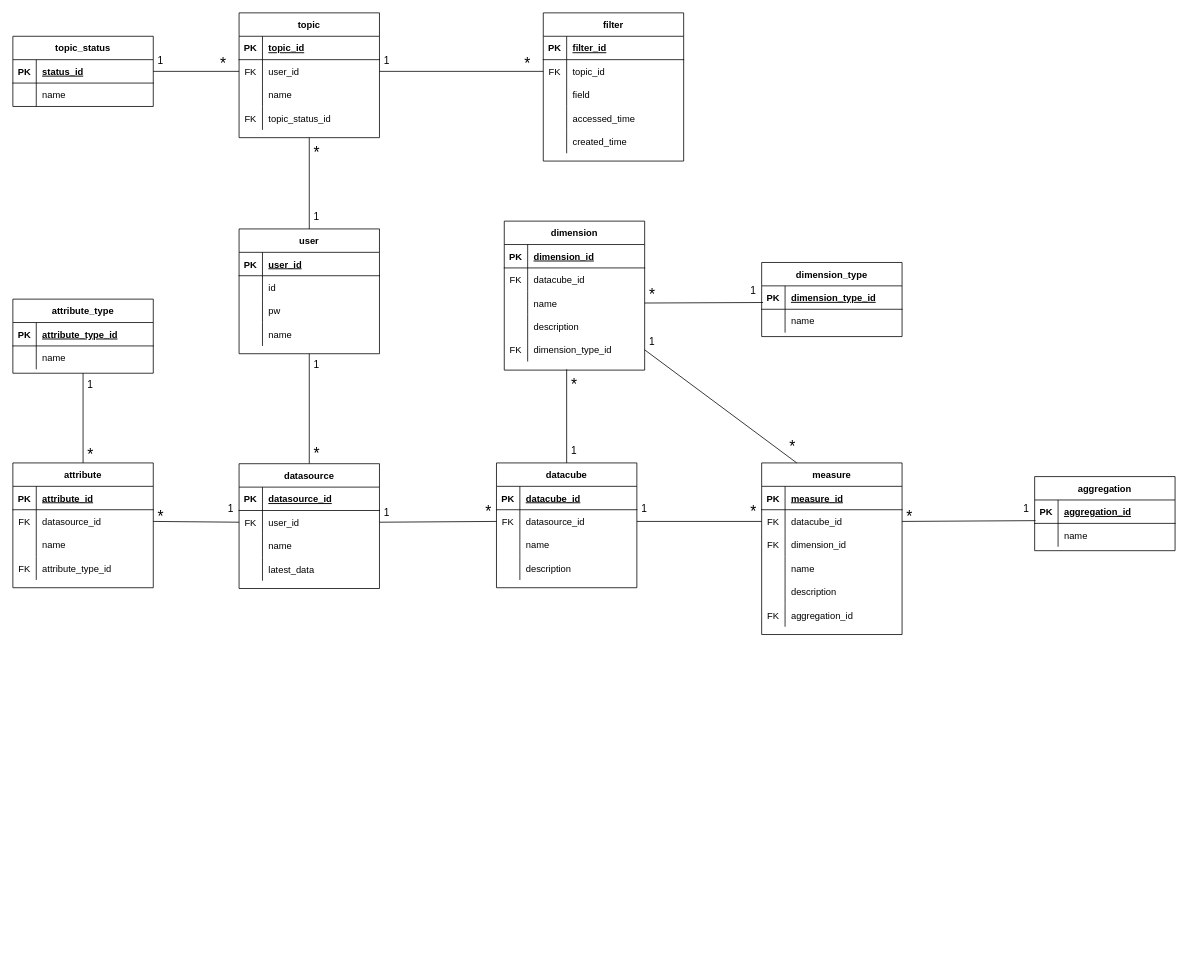
Before: fraud_detection/Untitled Diagram.drawio in Gummybearr/KTfiles, a draw.io diagram. Source tidied: cells renumbered, new cells numbered last; positions are measured from the earlier drawing's top-left corner, leaving out a move shared by most shapes. Both pictures are drawn from the tidied source at 78%, with x=0, y=0 at pixel (12, 12).
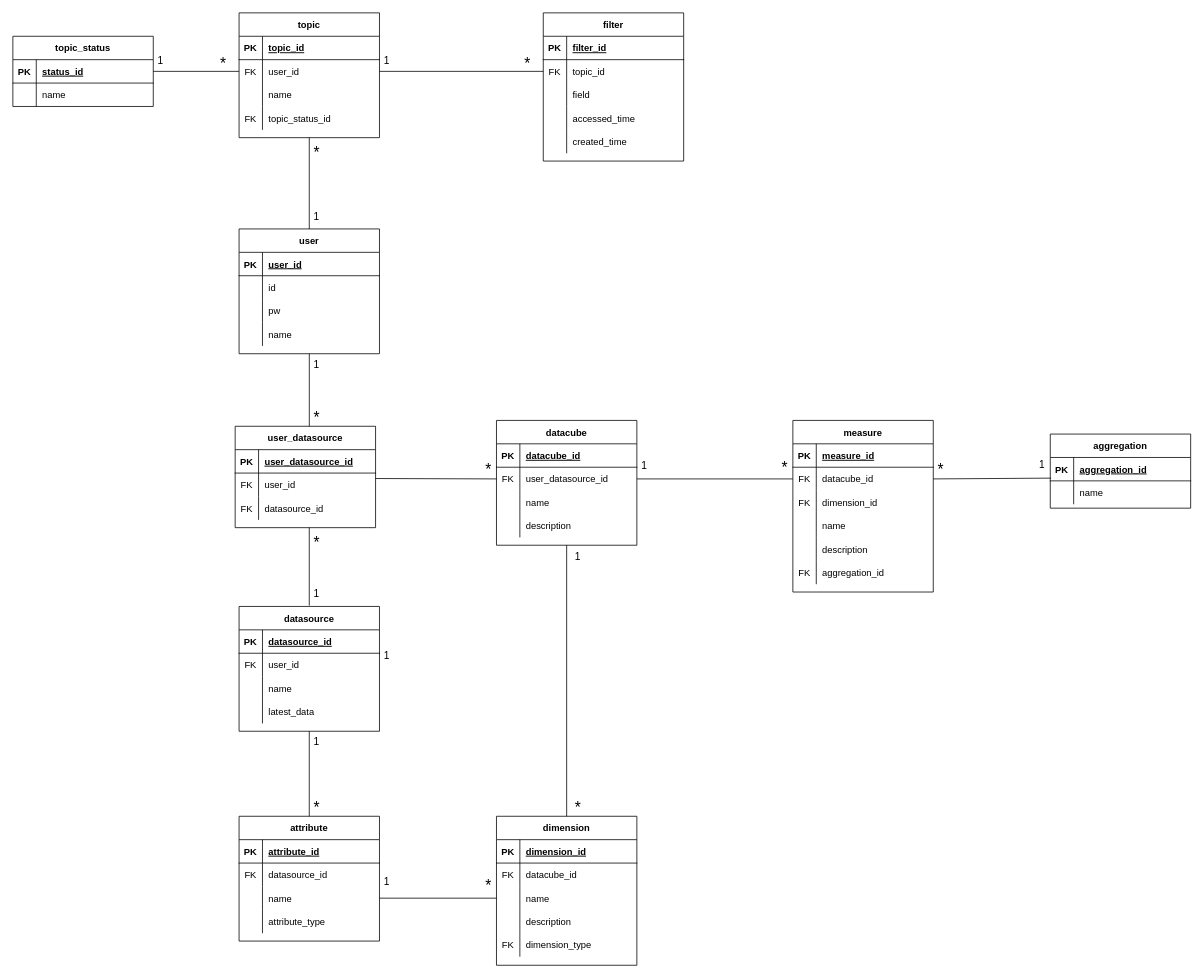
The same page after the edit.

Unchanged cells that the change refers to:
```xml
<mxCell id="2" value="user" style="shape=table;startSize=30;childLayout=tableLayout;rowLines=0;fontStyle=1;align=center;" parent="1" vertex="1">
  <mxGeometry x="290" y="277" width="180" height="160" as="geometry" />
</mxCell>
<mxCell id="59" style="shape=partialRectangle;fillColor=none;top=0;left=0;bottom=0;right=0;points=[[0,0.5],[1,0.5]];portConstraint=eastwest;" parent="55" vertex="1">
  <mxGeometry y="60" width="180" height="30" as="geometry" />
</mxCell>
<mxCell id="72" style="shape=partialRectangle;fillColor=none;top=0;left=0;bottom=0;right=0;points=[[0,0.5],[1,0.5]];portConstraint=eastwest;" parent="68" vertex="1">
  <mxGeometry y="60" width="180" height="30" as="geometry" />
</mxCell>
<mxCell id="85" style="shape=partialRectangle;fillColor=none;top=0;left=0;bottom=0;right=0;points=[[0,0.5],[1,0.5]];portConstraint=eastwest;" parent="81" vertex="1">
  <mxGeometry y="60" width="180" height="30" as="geometry" />
</mxCell>
<mxCell id="88" style="shape=partialRectangle;fillColor=none;top=0;left=0;bottom=0;right=0;points=[[0,0.5],[1,0.5]];portConstraint=eastwest;" parent="81" vertex="1">
  <mxGeometry y="90" width="180" height="30" as="geometry" />
</mxCell>
<mxCell id="91" style="shape=partialRectangle;fillColor=none;top=0;left=0;bottom=0;right=0;" parent="81" vertex="1">
  <mxGeometry y="120" width="180" height="30" as="geometry" />
</mxCell>
<mxCell id="111" style="shape=partialRectangle;fillColor=none;top=0;left=0;bottom=0;right=0;points=[[0,0.5],[1,0.5]];portConstraint=eastwest;" parent="104" vertex="1">
  <mxGeometry y="90" width="180" height="30" as="geometry" />
</mxCell>
<mxCell id="117" style="shape=partialRectangle;fillColor=none;top=0;left=0;bottom=0;right=0;points=[[0,0.5],[1,0.5]];portConstraint=eastwest;" parent="104" vertex="1">
  <mxGeometry y="150" width="180" height="30" as="geometry" />
</mxCell>
```

Diff of the diagram source:
```diff
@@
+    <mxCell id="182" style="edgeStyle=orthogonalEdgeStyle;rounded=0;jettySize=auto;html=1;entryX=0.528;entryY=0.077;entryDx=0;entryDy=0;entryPerimeter=0;" parent="1" edge="1" source="2" target="183">
+      <mxGeometry relative="1" as="geometry" />
+    </mxCell>
@@
-    <mxCell id="54" style="endArrow=none;html=1;rounded=0;entryX=0.5;entryY=0;entryDx=0;entryDy=0;exitX=0.5;exitY=1;exitDx=0;exitDy=0;" parent="1" edge="1" source="2" target="55">
-      <mxGeometry relative="1" as="geometry" />
-    </mxCell>
     <mxCell id="55" value="datasource" style="shape=table;startSize=30;childLayout=tableLayout;rowLines=0;fontStyle=1;align=center;" parent="1" vertex="1">
-      <mxGeometry x="290" y="578" width="180" height="160" as="geometry" />
+      <mxGeometry x="290" y="761" width="180" height="160" as="geometry" />
     </mxCell>
@@
     <mxCell id="68" value="datacube" style="shape=table;startSize=30;childLayout=tableLayout;rowLines=0;fontStyle=1;align=center;" parent="1" vertex="1">
-      <mxGeometry x="620" y="577" width="180" height="160" as="geometry" />
+      <mxGeometry x="620" y="522.5" width="180" height="160" as="geometry" />
     </mxCell>
@@
-    <mxCell id="74" value="datasource_id" style="shape=partialRectangle;fillColor=none;top=0;left=0;bottom=0;right=0;align=left;spacingLeft=6;overflow=hidden;" parent="72" vertex="1">
+    <mxCell id="74" value="user_datasource_id" style="shape=partialRectangle;fillColor=none;top=0;left=0;bottom=0;right=0;align=left;spacingLeft=6;overflow=hidden;" parent="72" vertex="1">
       <mxGeometry x="30" width="150" height="30" as="geometry" />
     </mxCell>
@@
     <mxCell id="81" value="attribute" style="shape=table;startSize=30;childLayout=tableLayout;rowLines=0;fontStyle=1;align=center;" parent="1" vertex="1">
-      <mxGeometry y="577" width="180" height="160" as="geometry" />
+      <mxGeometry x="290" y="1030" width="180" height="160" as="geometry" />
     </mxCell>
@@
-    <mxCell id="92" value="FK" style="shape=partialRectangle;fillColor=none;top=0;left=0;bottom=0;right=0;overflow=hidden;" parent="91" vertex="1">
+    <mxCell id="92" style="shape=partialRectangle;fillColor=none;top=0;left=0;bottom=0;right=0;overflow=hidden;" parent="91" vertex="1">
       <mxGeometry width="30" height="30" as="geometry" />
     </mxCell>
-    <mxCell id="93" value="attribute_type_id" style="shape=partialRectangle;fillColor=none;top=0;left=0;bottom=0;right=0;align=left;spacingLeft=6;overflow=hidden;" parent="91" vertex="1">
+    <mxCell id="93" value="attribute_type" style="shape=partialRectangle;fillColor=none;top=0;left=0;bottom=0;right=0;align=left;spacingLeft=6;overflow=hidden;" parent="91" vertex="1">
       <mxGeometry x="30" width="150" height="30" as="geometry" />
     </mxCell>
-    <mxCell id="94" style="endArrow=none;html=1;rounded=0;entryX=1;entryY=0.5;entryDx=0;entryDy=0;exitX=0;exitY=0.5;exitDx=0;exitDy=0;" parent="1" edge="1" source="59" target="85">
-      <mxGeometry relative="1" as="geometry" />
-    </mxCell>
-    <mxCell id="95" value="attribute_type" style="shape=table;startSize=30;childLayout=tableLayout;rowLines=0;fontStyle=1;align=center;" parent="1" vertex="1">
-      <mxGeometry y="367" width="180" height="95" as="geometry" />
-    </mxCell>
-    <mxCell id="96" style="shape=partialRectangle;fillColor=none;top=0;left=0;bottom=1;right=0;" parent="95" vertex="1">
-      <mxGeometry y="30" width="180" height="30" as="geometry" />
-    </mxCell>
-    <mxCell id="97" value="PK" style="shape=partialRectangle;fillColor=none;top=0;left=0;bottom=0;right=0;fontStyle=1;overflow=hidden;" parent="96" vertex="1">
-      <mxGeometry width="30" height="30" as="geometry" />
-    </mxCell>
-    <mxCell id="98" value="attribute_type_id" style="shape=partialRectangle;fillColor=none;top=0;left=0;bottom=0;right=0;align=left;spacingLeft=6;fontStyle=5;overflow=hidden;" parent="96" vertex="1">
-      <mxGeometry x="30" width="150" height="30" as="geometry" />
-    </mxCell>
-    <mxCell id="99" style="shape=partialRectangle;fillColor=none;top=0;left=0;bottom=0;right=0;" parent="95" vertex="1">
-      <mxGeometry y="60" width="180" height="30" as="geometry" />
-    </mxCell>
-    <mxCell id="100" style="shape=partialRectangle;fillColor=none;top=0;left=0;bottom=0;right=0;overflow=hidden;" parent="99" vertex="1">
-      <mxGeometry width="30" height="30" as="geometry" />
-    </mxCell>
-    <mxCell id="101" value="name" style="shape=partialRectangle;fillColor=none;top=0;left=0;bottom=0;right=0;align=left;spacingLeft=6;overflow=hidden;" parent="99" vertex="1">
-      <mxGeometry x="30" width="150" height="30" as="geometry" />
-    </mxCell>
-    <mxCell id="102" style="endArrow=none;html=1;rounded=0;entryX=0.5;entryY=0;entryDx=0;entryDy=0;exitX=0.5;exitY=1;exitDx=0;exitDy=0;" parent="1" edge="1" source="95" target="81">
-      <mxGeometry relative="1" as="geometry" />
-    </mxCell>
-    <mxCell id="103" style="endArrow=none;html=1;rounded=0;entryX=1;entryY=0.5;entryDx=0;entryDy=0;exitX=0;exitY=0.5;exitDx=0;exitDy=0;" parent="1" edge="1" source="72" target="59">
+    <mxCell id="103" style="endArrow=none;html=1;rounded=0;entryX=1;entryY=0.233;entryDx=0;entryDy=0;exitX=0;exitY=0.5;exitDx=0;exitDy=0;entryPerimeter=0;" parent="1" edge="1" source="72" target="187">
       <mxGeometry relative="1" as="geometry" />
     </mxCell>
     <mxCell id="104" value="dimension" style="shape=table;startSize=30;childLayout=tableLayout;rowLines=0;fontStyle=1;align=center;" parent="1" vertex="1">
-      <mxGeometry x="630" y="267" width="180" height="191" as="geometry" />
+      <mxGeometry x="620" y="1030" width="180" height="191" as="geometry" />
     </mxCell>
@@
-    <mxCell id="119" value="dimension_type_id" style="shape=partialRectangle;fillColor=none;top=0;left=0;bottom=0;right=0;align=left;spacingLeft=6;overflow=hidden;" parent="117" vertex="1">
+    <mxCell id="119" value="dimension_type" style="shape=partialRectangle;fillColor=none;top=0;left=0;bottom=0;right=0;align=left;spacingLeft=6;overflow=hidden;" parent="117" vertex="1">
       <mxGeometry x="30" width="150" height="30" as="geometry" />
     </mxCell>
-    <mxCell id="120" style="endArrow=none;html=1;rounded=0;entryX=0.5;entryY=0;entryDx=0;entryDy=0;" parent="1" edge="1" target="68">
-      <mxGeometry relative="1" as="geometry">
-        <mxPoint x="710" y="457" as="sourcePoint" />
-      </mxGeometry>
-    </mxCell>
-    <mxCell id="121" value="dimension_type" style="shape=table;startSize=30;childLayout=tableLayout;rowLines=0;fontStyle=1;align=center;" parent="1" vertex="1">
-      <mxGeometry x="960" y="320" width="180" height="95" as="geometry" />
-    </mxCell>
-    <mxCell id="122" style="shape=partialRectangle;fillColor=none;top=0;left=0;bottom=1;right=0;points=[[0,0.5],[1,0.5]];portConstraint=eastwest;" parent="121" vertex="1">
-      <mxGeometry y="30" width="180" height="30" as="geometry" />
-    </mxCell>
-    <mxCell id="123" value="PK" style="shape=partialRectangle;fillColor=none;top=0;left=0;bottom=0;right=0;fontStyle=1;overflow=hidden;" parent="122" vertex="1">
-      <mxGeometry width="30" height="30" as="geometry" />
-    </mxCell>
-    <mxCell id="124" value="dimension_type_id" style="shape=partialRectangle;fillColor=none;top=0;left=0;bottom=0;right=0;align=left;spacingLeft=6;fontStyle=5;overflow=hidden;" parent="122" vertex="1">
-      <mxGeometry x="30" width="150" height="30" as="geometry" />
-    </mxCell>
-    <mxCell id="125" style="shape=partialRectangle;fillColor=none;top=0;left=0;bottom=0;right=0;" parent="121" vertex="1">
-      <mxGeometry y="60" width="180" height="30" as="geometry" />
-    </mxCell>
-    <mxCell id="126" style="shape=partialRectangle;fillColor=none;top=0;left=0;bottom=0;right=0;overflow=hidden;" parent="125" vertex="1">
-      <mxGeometry width="30" height="30" as="geometry" />
-    </mxCell>
-    <mxCell id="127" value="name" style="shape=partialRectangle;fillColor=none;top=0;left=0;bottom=0;right=0;align=left;spacingLeft=6;overflow=hidden;" parent="125" vertex="1">
-      <mxGeometry x="30" width="150" height="30" as="geometry" />
-    </mxCell>
-    <mxCell id="128" style="endArrow=none;html=1;rounded=0;entryX=1;entryY=0.5;entryDx=0;entryDy=0;exitX=0.01;exitY=0.711;exitDx=0;exitDy=0;exitPerimeter=0;" parent="1" edge="1" source="122" target="111">
+    <mxCell id="128" style="endArrow=none;html=1;rounded=0;entryX=0.5;entryY=0;entryDx=0;entryDy=0;exitX=0.5;exitY=1;exitDx=0;exitDy=0;" parent="1" edge="1" source="68" target="104">
       <mxGeometry relative="1" as="geometry" />
     </mxCell>
     <mxCell id="129" value="measure" style="shape=table;startSize=30;childLayout=tableLayout;rowLines=0;fontStyle=1;align=center;" parent="1" vertex="1">
-      <mxGeometry x="960" y="577" width="180" height="220" as="geometry" />
+      <mxGeometry x="1000" y="522.5" width="180" height="220" as="geometry" />
     </mxCell>
@@
-    <mxCell id="151" value="*" style="text;strokeColor=none;fillColor=none;spacingLeft=4;spacingRight=4;overflow=hidden;fontSize=20;" parent="1" vertex="1">
-      <mxGeometry x="90" y="548" width="20" height="30" as="geometry" />
-    </mxCell>
     <mxCell id="152" value="*" style="text;strokeColor=none;fillColor=none;spacingLeft=4;spacingRight=4;overflow=hidden;fontSize=20;" parent="1" vertex="1">
-      <mxGeometry x="180" y="627" width="20" height="30" as="geometry" />
+      <mxGeometry x="380" y="1000" width="20" height="30" as="geometry" />
     </mxCell>
     <mxCell id="153" value="*" style="text;strokeColor=none;fillColor=none;spacingLeft=4;spacingRight=4;overflow=hidden;fontSize=20;" parent="1" vertex="1">
-      <mxGeometry x="380" y="547" width="20" height="30" as="geometry" />
+      <mxGeometry x="380" y="500" width="20" height="30" as="geometry" />
     </mxCell>
     <mxCell id="154" value="*" style="text;strokeColor=none;fillColor=none;spacingLeft=4;spacingRight=4;overflow=hidden;fontSize=20;" parent="1" vertex="1">
-      <mxGeometry x="710" y="458" width="20" height="30" as="geometry" />
+      <mxGeometry x="715" y="1000" width="20" height="30" as="geometry" />
     </mxCell>
-    <mxCell id="155" value="*" style="text;strokeColor=none;fillColor=none;spacingLeft=4;spacingRight=4;overflow=hidden;fontSize=20;" parent="1" vertex="1">
-      <mxGeometry x="810" y="342" width="20" height="30" as="geometry" />
-    </mxCell>
     <mxCell id="156" value="*" style="text;strokeColor=none;fillColor=none;spacingLeft=4;spacingRight=4;overflow=hidden;fontSize=20;" parent="1" vertex="1">
-      <mxGeometry x="600" y="621" width="20" height="30" as="geometry" />
+      <mxGeometry x="600" y="566.5" width="20" height="30" as="geometry" />
     </mxCell>
     <mxCell id="157" value="*" style="text;strokeColor=none;fillColor=none;spacingLeft=4;spacingRight=4;overflow=hidden;fontSize=20;" parent="1" vertex="1">
-      <mxGeometry x="940" y="621" width="20" height="30" as="geometry" />
+      <mxGeometry x="980" y="564.5" width="20" height="30" as="geometry" />
     </mxCell>
@@
-    <mxCell id="159" style="endArrow=none;html=1;rounded=0;entryX=1;entryY=0.5;entryDx=0;entryDy=0;exitX=0.25;exitY=0;exitDx=0;exitDy=0;" parent="1" edge="1" source="129" target="117">
-      <mxGeometry relative="1" as="geometry" />
-    </mxCell>
-    <mxCell id="160" value="*" style="text;strokeColor=none;fillColor=none;spacingLeft=4;spacingRight=4;overflow=hidden;fontSize=20;" parent="1" vertex="1">
-      <mxGeometry x="990" y="537" width="20" height="30" as="geometry" />
-    </mxCell>
     <mxCell id="161" value="aggregation" style="shape=table;startSize=30;childLayout=tableLayout;rowLines=0;fontStyle=1;align=center;" parent="1" vertex="1">
-      <mxGeometry x="1310" y="594.5" width="180" height="95" as="geometry" />
+      <mxGeometry x="1330" y="540" width="180" height="95" as="geometry" />
     </mxCell>
@@
     <mxCell id="169" value="*" style="text;strokeColor=none;fillColor=none;spacingLeft=4;spacingRight=4;overflow=hidden;fontSize=20;" parent="1" vertex="1">
-      <mxGeometry x="1140" y="627" width="20" height="30" as="geometry" />
+      <mxGeometry x="1180" y="566.5" width="20" height="30" as="geometry" />
     </mxCell>
     <mxCell id="170" value="1" style="text;strokeColor=none;fillColor=none;spacingLeft=4;spacingRight=4;overflow=hidden;fontSize=13;" parent="1" vertex="1">
-      <mxGeometry x="710" y="547" width="20" height="30" as="geometry" />
+      <mxGeometry x="715" y="682.5" width="20" height="30" as="geometry" />
     </mxCell>
     <mxCell id="171" value="1" style="text;strokeColor=none;fillColor=none;spacingLeft=4;spacingRight=4;overflow=hidden;fontSize=13;" parent="1" vertex="1">
-      <mxGeometry x="800" y="621" width="20" height="30" as="geometry" />
+      <mxGeometry x="800" y="566.5" width="20" height="30" as="geometry" />
     </mxCell>
     <mxCell id="172" value="1" style="text;strokeColor=none;fillColor=none;spacingLeft=4;spacingRight=4;overflow=hidden;fontSize=13;" parent="1" vertex="1">
-      <mxGeometry x="470" y="627" width="20" height="30" as="geometry" />
+      <mxGeometry x="470" y="810" width="20" height="30" as="geometry" />
     </mxCell>
     <mxCell id="173" value="1" style="text;strokeColor=none;fillColor=none;spacingLeft=4;spacingRight=4;overflow=hidden;fontSize=13;" parent="1" vertex="1">
-      <mxGeometry x="270" y="621" width="20" height="30" as="geometry" />
+      <mxGeometry x="380" y="920" width="20" height="30" as="geometry" />
     </mxCell>
-    <mxCell id="174" value="1" style="text;strokeColor=none;fillColor=none;spacingLeft=4;spacingRight=4;overflow=hidden;fontSize=13;" parent="1" vertex="1">
-      <mxGeometry x="90" y="462" width="20" height="30" as="geometry" />
-    </mxCell>
@@
-    <mxCell id="179" value="1" style="text;strokeColor=none;fillColor=none;spacingLeft=4;spacingRight=4;overflow=hidden;fontSize=13;" parent="1" vertex="1">
-      <mxGeometry x="940" y="342" width="20" height="30" as="geometry" />
-    </mxCell>
-    <mxCell id="180" value="1" style="text;strokeColor=none;fillColor=none;spacingLeft=4;spacingRight=4;overflow=hidden;fontSize=13;" parent="1" vertex="1">
-      <mxGeometry x="810" y="407" width="20" height="30" as="geometry" />
-    </mxCell>
     <mxCell id="181" value="1" style="text;strokeColor=none;fillColor=none;spacingLeft=4;spacingRight=4;overflow=hidden;fontSize=13;" parent="1" vertex="1">
-      <mxGeometry x="1290" y="621" width="20" height="30" as="geometry" />
+      <mxGeometry x="1310" y="564.5" width="20" height="30" as="geometry" />
     </mxCell>
+    <mxCell id="183" value="user_datasource" style="shape=table;startSize=30;childLayout=tableLayout;rowLines=0;fontStyle=1;align=center;" parent="1" vertex="1">
+      <mxGeometry x="285" y="530" width="180" height="130" as="geometry" />
+    </mxCell>
+    <mxCell id="184" style="shape=partialRectangle;fillColor=none;top=0;left=0;bottom=1;right=0;" parent="183" vertex="1">
+      <mxGeometry y="30" width="180" height="30" as="geometry" />
+    </mxCell>
+    <mxCell id="185" value="PK" style="shape=partialRectangle;fillColor=none;top=0;left=0;bottom=0;right=0;fontStyle=1;overflow=hidden;" parent="184" vertex="1">
+      <mxGeometry width="30" height="30" as="geometry" />
+    </mxCell>
+    <mxCell id="186" value="user_datasource_id" style="shape=partialRectangle;fillColor=none;top=0;left=0;bottom=0;right=0;align=left;spacingLeft=6;fontStyle=5;overflow=hidden;" parent="184" vertex="1">
+      <mxGeometry x="30" width="150" height="30" as="geometry" />
+    </mxCell>
+    <mxCell id="187" style="shape=partialRectangle;fillColor=none;top=0;left=0;bottom=0;right=0;points=[[0,0.5],[1,0.5]];portConstraint=eastwest;" parent="183" vertex="1">
+      <mxGeometry y="60" width="180" height="30" as="geometry" />
+    </mxCell>
+    <mxCell id="188" value="FK" style="shape=partialRectangle;fillColor=none;top=0;left=0;bottom=0;right=0;overflow=hidden;" parent="187" vertex="1">
+      <mxGeometry width="30" height="30" as="geometry" />
+    </mxCell>
+    <mxCell id="189" value="user_id" style="shape=partialRectangle;fillColor=none;top=0;left=0;bottom=0;right=0;align=left;spacingLeft=6;overflow=hidden;" parent="187" vertex="1">
+      <mxGeometry x="30" width="150" height="30" as="geometry" />
+    </mxCell>
+    <mxCell id="190" style="shape=partialRectangle;fillColor=none;top=0;left=0;bottom=0;right=0;" parent="183" vertex="1">
+      <mxGeometry y="90" width="180" height="30" as="geometry" />
+    </mxCell>
+    <mxCell id="191" value="FK" style="shape=partialRectangle;fillColor=none;top=0;left=0;bottom=0;right=0;overflow=hidden;" parent="190" vertex="1">
+      <mxGeometry width="30" height="30" as="geometry" />
+    </mxCell>
+    <mxCell id="192" value="datasource_id" style="shape=partialRectangle;fillColor=none;top=0;left=0;bottom=0;right=0;align=left;spacingLeft=6;overflow=hidden;" parent="190" vertex="1">
+      <mxGeometry x="30" width="150" height="30" as="geometry" />
+    </mxCell>
+    <mxCell id="193" style="endArrow=none;html=1;" parent="1" edge="1">
+      <mxGeometry relative="1" as="geometry">
+        <mxPoint x="380" y="760" as="sourcePoint" />
+        <mxPoint x="380" y="660" as="targetPoint" />
+      </mxGeometry>
+    </mxCell>
+    <mxCell id="194" value="*" style="text;strokeColor=none;fillColor=none;spacingLeft=4;spacingRight=4;overflow=hidden;fontSize=20;" parent="1" vertex="1">
+      <mxGeometry x="380" y="660" width="20" height="30" as="geometry" />
+    </mxCell>
+    <mxCell id="195" value="1" style="text;strokeColor=none;fillColor=none;spacingLeft=4;spacingRight=4;overflow=hidden;fontSize=13;" parent="1" vertex="1">
+      <mxGeometry x="380" y="730" width="20" height="30" as="geometry" />
+    </mxCell>
+    <mxCell id="196" style="endArrow=none;html=1;rounded=0;entryX=0.5;entryY=1;entryDx=0;entryDy=0;exitX=0.5;exitY=0;exitDx=0;exitDy=0;" parent="1" edge="1" source="81" target="55">
+      <mxGeometry relative="1" as="geometry" />
+    </mxCell>
+    <mxCell id="197" style="endArrow=none;html=1;rounded=0;entryX=1;entryY=0.5;entryDx=0;entryDy=0;exitX=0;exitY=0.5;exitDx=0;exitDy=0;" parent="1" edge="1" source="111" target="88">
+      <mxGeometry relative="1" as="geometry" />
+    </mxCell>
+    <mxCell id="198" value="1" style="text;strokeColor=none;fillColor=none;spacingLeft=4;spacingRight=4;overflow=hidden;fontSize=13;" parent="1" vertex="1">
+      <mxGeometry x="470" y="1100" width="20" height="30" as="geometry" />
+    </mxCell>
+    <mxCell id="199" value="*" style="text;strokeColor=none;fillColor=none;spacingLeft=4;spacingRight=4;overflow=hidden;fontSize=20;" parent="1" vertex="1">
+      <mxGeometry x="600" y="1100" width="20" height="30" as="geometry" />
+    </mxCell>
```
